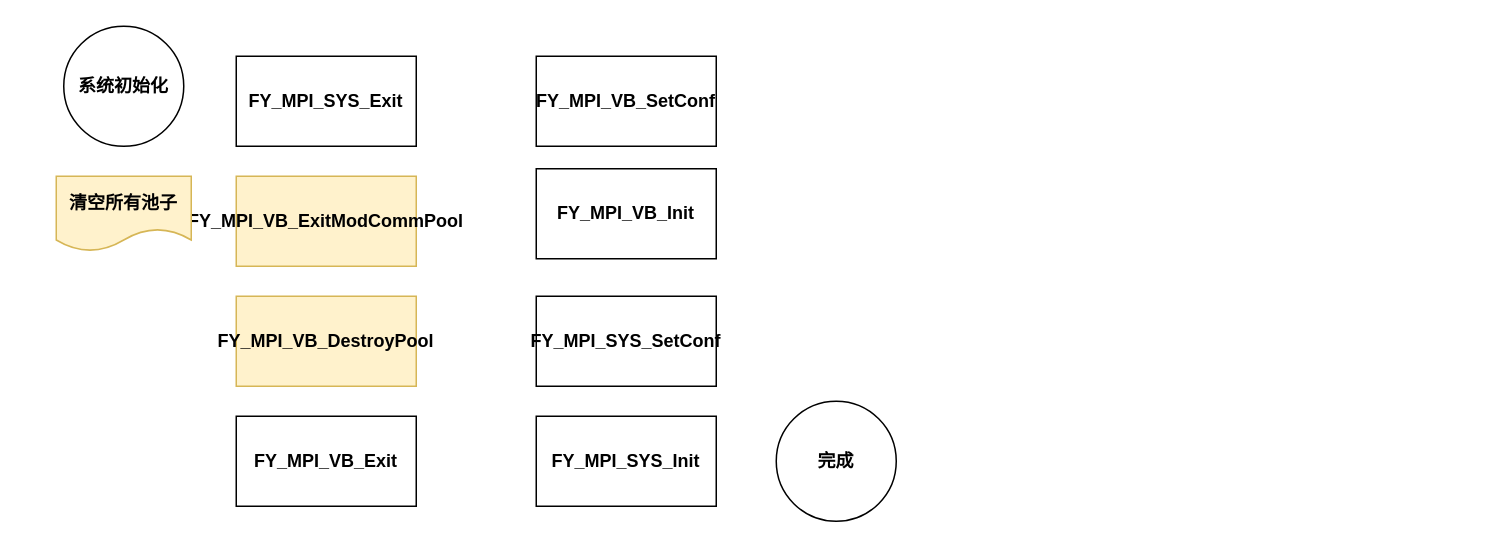
Before: mc6630.drawio in chendong-2023/cmd, a draw.io diagram. Source tidied: cells renumbered, new cells numbered last; positions are measured from the earlier drawing's top-left corner, leaving out a move shared by most shapes. Both pictures are drawn from the tidied source at 150%, with x=0, y=0 at pixel (56, 26).
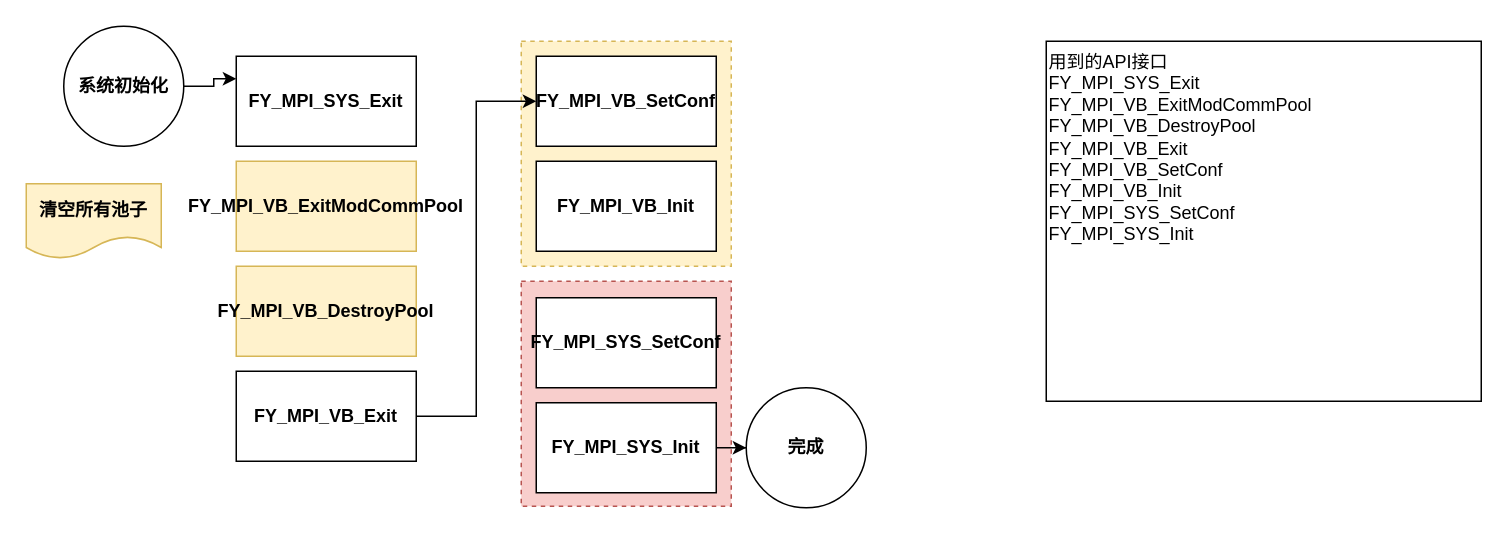
After the change.

The edit, as a diff of the source:
```diff
@@
 <mxGraphModel>
   <root>
     <mxCell id="0" />
     <mxCell id="1" parent="0" />
+    <mxCell id="13" style="rounded=0;whiteSpace=wrap;html=1;dashed=1;fillColor=#f8cecc;strokeColor=#b85450;" parent="1" vertex="1">
+      <mxGeometry x="310" y="170" width="140" height="150" as="geometry" />
+    </mxCell>
+    <mxCell id="14" style="rounded=0;whiteSpace=wrap;html=1;dashed=1;fillColor=#fff2cc;strokeColor=#d6b656;" parent="1" vertex="1">
+      <mxGeometry x="310" y="10" width="140" height="150" as="geometry" />
+    </mxCell>
+    <mxCell id="15" style="edgeStyle=orthogonalEdgeStyle;rounded=0;jettySize=auto;html=1;entryX=0;entryY=0.25;entryDx=0;entryDy=0;" parent="1" edge="1" source="2" target="3">
+      <mxGeometry relative="1" as="geometry" />
+    </mxCell>
     <mxCell id="2" value="系统初始化" style="ellipse;whiteSpace=wrap;html=1;fontStyle=1;" parent="1" vertex="1">
       <mxGeometry x="5" width="80" height="80" as="geometry" />
     </mxCell>
     <mxCell id="3" value="FY_MPI_SYS_Exit" style="whiteSpace=wrap;html=1;fontStyle=1;" parent="1" vertex="1">
       <mxGeometry x="120" y="20" width="120" height="60" as="geometry" />
     </mxCell>
     <mxCell id="4" value="FY_MPI_VB_ExitModCommPool" style="whiteSpace=wrap;html=1;fillColor=#fff2cc;strokeColor=#d6b656;fontStyle=1;" parent="1" vertex="1">
-      <mxGeometry x="120" y="100" width="120" height="60" as="geometry" />
+      <mxGeometry x="120" y="90" width="120" height="60" as="geometry" />
     </mxCell>
     <mxCell id="5" value="FY_MPI_VB_DestroyPool" style="whiteSpace=wrap;html=1;fillColor=#fff2cc;strokeColor=#d6b656;fontStyle=1;" parent="1" vertex="1">
-      <mxGeometry x="120" y="180" width="120" height="60" as="geometry" />
+      <mxGeometry x="120" y="160" width="120" height="60" as="geometry" />
     </mxCell>
     <mxCell id="6" value="清空所有池子" style="shape=document;whiteSpace=wrap;html=1;boundedLbl=1;fillColor=#fff2cc;strokeColor=#d6b656;fontStyle=1;" parent="1" vertex="1">
-      <mxGeometry y="100" width="90" height="50" as="geometry" />
+      <mxGeometry x="-20" y="105" width="90" height="50" as="geometry" />
     </mxCell>
+    <mxCell id="16" style="edgeStyle=orthogonalEdgeStyle;rounded=0;jettySize=auto;html=1;entryX=0;entryY=0.5;entryDx=0;entryDy=0;" parent="1" edge="1" source="7" target="8">
+      <mxGeometry relative="1" as="geometry" />
+    </mxCell>
     <mxCell id="7" value="FY_MPI_VB_Exit" style="whiteSpace=wrap;html=1;fontStyle=1;" parent="1" vertex="1">
-      <mxGeometry x="120" y="260" width="120" height="60" as="geometry" />
+      <mxGeometry x="120" y="230" width="120" height="60" as="geometry" />
     </mxCell>
     <mxCell id="8" value="FY_MPI_VB_SetConf" style="whiteSpace=wrap;html=1;fontStyle=1;" parent="1" vertex="1">
       <mxGeometry x="320" y="20" width="120" height="60" as="geometry" />
     </mxCell>
     <mxCell id="9" value="FY_MPI_VB_Init" style="whiteSpace=wrap;html=1;fontStyle=1;" parent="1" vertex="1">
-      <mxGeometry x="320" y="95" width="120" height="60" as="geometry" />
+      <mxGeometry x="320" y="90" width="120" height="60" as="geometry" />
     </mxCell>
     <mxCell id="10" value="FY_MPI_SYS_SetConf" style="whiteSpace=wrap;html=1;fontStyle=1;" parent="1" vertex="1">
-      <mxGeometry x="320" y="180" width="120" height="60" as="geometry" />
+      <mxGeometry x="320" y="181" width="120" height="60" as="geometry" />
     </mxCell>
+    <mxCell id="17" style="edgeStyle=orthogonalEdgeStyle;rounded=0;jettySize=auto;html=1;" parent="1" edge="1" source="11" target="12">
+      <mxGeometry relative="1" as="geometry" />
+    </mxCell>
     <mxCell id="11" value="FY_MPI_SYS_Init" style="whiteSpace=wrap;html=1;fontStyle=1;" parent="1" vertex="1">
-      <mxGeometry x="320" y="260" width="120" height="60" as="geometry" />
+      <mxGeometry x="320" y="251" width="120" height="60" as="geometry" />
     </mxCell>
     <mxCell id="12" value="完成" style="ellipse;whiteSpace=wrap;html=1;fontStyle=1;" parent="1" vertex="1">
-      <mxGeometry x="480" y="250" width="80" height="80" as="geometry" />
+      <mxGeometry x="460" y="241" width="80" height="80" as="geometry" />
     </mxCell>
+    <mxCell id="18" value="用到的API接口&lt;br&gt;FY_MPI_SYS_Exit&lt;br&gt;FY_MPI_VB_ExitModCommPool&lt;br&gt;FY_MPI_VB_DestroyPool&lt;br&gt;FY_MPI_VB_Exit&lt;br&gt;FY_MPI_VB_SetConf&lt;br&gt;FY_MPI_VB_Init&lt;br&gt;FY_MPI_SYS_SetConf&lt;br&gt;FY_MPI_SYS_Init" style="whiteSpace=wrap;html=1;verticalAlign=top;align=left;" parent="1" vertex="1">
+      <mxGeometry x="660" y="10" width="290" height="240" as="geometry" />
+    </mxCell>
   </root>
 </mxGraphModel>
```
